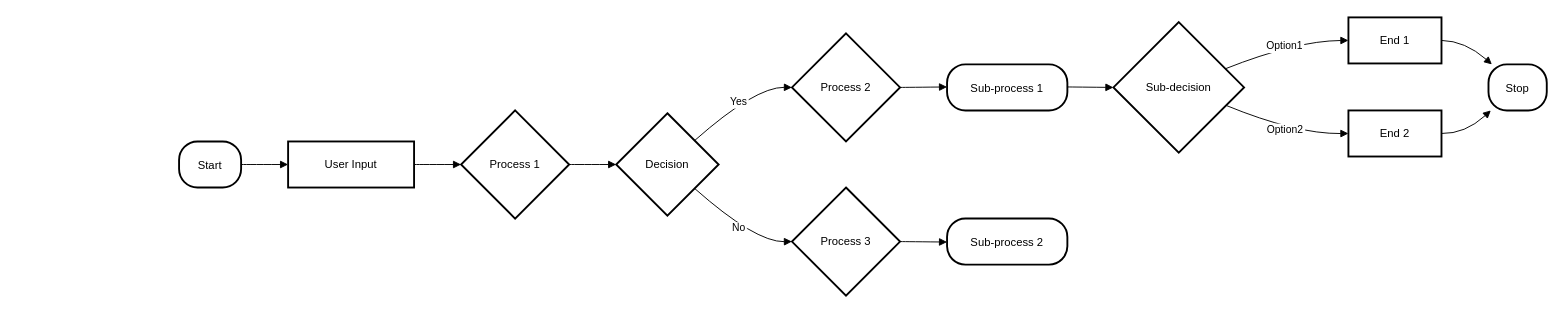
Cielako/django_social_app_diag_repo keeps this draw.io diagram as Diagram bez tytułu.drawio. Above is the earlier version. Source tidied: cells renumbered, new cells numbered last; positions are measured from the earlier drawing's top-left corner, leaving out a move shared by most shapes. Both pictures are drawn from the tidied source at 94%, with x=0, y=0 at pixel (179, 17).
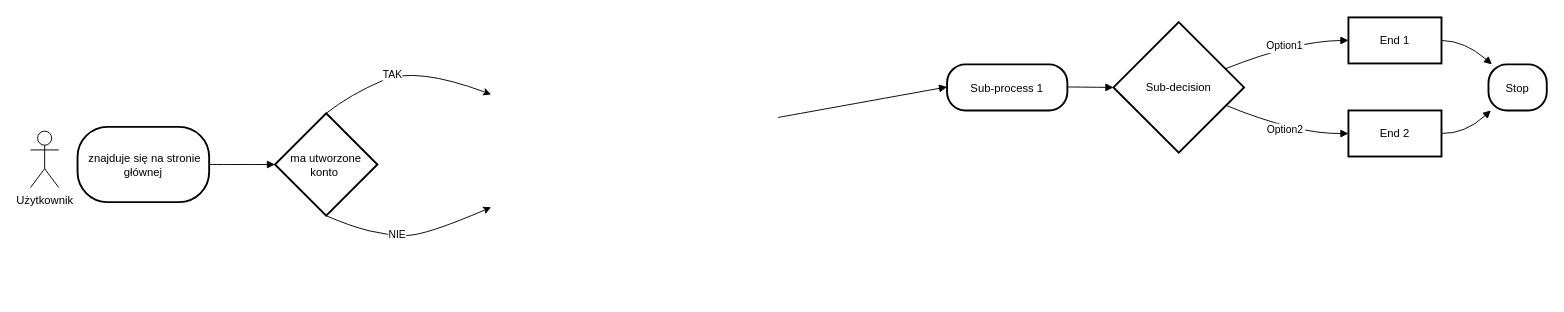
Above is the later version.

The change refers to these unchanged cells:
```xml
<mxCell id="8" value="Sub-process 1" style="rounded=1;arcSize=40;strokeWidth=2;" parent="1" vertex="1">
  <mxGeometry x="817" y="50" width="128" height="49" as="geometry" />
</mxCell>
```

The edit, as a diff of the source:
```diff
@@
-    <mxCell id="2" value="Start" style="rounded=1;arcSize=40;strokeWidth=2;" parent="1" vertex="1">
-      <mxGeometry y="132" width="66" height="49" as="geometry" />
+    <mxCell id="2" value=" znajduje się na stronie głównej" style="rounded=1;arcSize=40;strokeWidth=2;whiteSpace=wrap;" parent="1" vertex="1">
+      <mxGeometry x="-108" y="116.5" width="140" height="80" as="geometry" />
     </mxCell>
-    <mxCell id="3" value="User Input" style="whiteSpace=wrap;strokeWidth=2;" parent="1" vertex="1">
-      <mxGeometry x="116" y="132" width="134" height="49" as="geometry" />
-    </mxCell>
-    <mxCell id="4" value="Process 1" style="rhombus;strokeWidth=2;whiteSpace=wrap;" parent="1" vertex="1">
-      <mxGeometry x="300" y="99" width="115" height="115" as="geometry" />
-    </mxCell>
-    <mxCell id="5" value="Decision" style="rhombus;strokeWidth=2;whiteSpace=wrap;" parent="1" vertex="1">
-      <mxGeometry x="465" y="102" width="109" height="109" as="geometry" />
+    <mxCell id="5" value="ma utworzone konto " style="rhombus;strokeWidth=2;whiteSpace=wrap;" parent="1" vertex="1">
+      <mxGeometry x="102" y="102" width="109" height="109" as="geometry" />
     </mxCell>
-    <mxCell id="6" value="Process 2" style="rhombus;strokeWidth=2;whiteSpace=wrap;" parent="1" vertex="1">
-      <mxGeometry x="652" y="17" width="115" height="115" as="geometry" />
-    </mxCell>
-    <mxCell id="7" value="Process 3" style="rhombus;strokeWidth=2;whiteSpace=wrap;" parent="1" vertex="1">
-      <mxGeometry x="652" y="181" width="115" height="115" as="geometry" />
-    </mxCell>
@@
-    <mxCell id="9" value="Sub-process 2" style="rounded=1;arcSize=40;strokeWidth=2;" parent="1" vertex="1">
-      <mxGeometry x="817" y="214" width="128" height="49" as="geometry" />
-    </mxCell>
@@
-    <mxCell id="14" style="curved=1;startArrow=none;endArrow=block;exitX=0.99;exitY=0.5;entryX=0;entryY=0.5;" parent="1" edge="1" source="2" target="3">
+    <mxCell id="14" style="curved=1;startArrow=none;endArrow=block;exitX=0.99;exitY=0.5;entryX=0;entryY=0.5;entryDx=0;entryDy=0;" parent="1" edge="1" source="2" target="5">
       <mxGeometry relative="1" as="geometry" />
     </mxCell>
-    <mxCell id="15" style="curved=1;startArrow=none;endArrow=block;exitX=1;exitY=0.5;entryX=0;entryY=0.5;" parent="1" edge="1" source="3" target="4">
-      <mxGeometry relative="1" as="geometry" />
-    </mxCell>
-    <mxCell id="16" style="curved=1;startArrow=none;endArrow=block;exitX=1;exitY=0.5;entryX=0;entryY=0.5;" parent="1" edge="1" source="4" target="5">
-      <mxGeometry relative="1" as="geometry" />
-    </mxCell>
-    <mxCell id="17" value="Yes" style="curved=1;startArrow=none;endArrow=block;exitX=1;exitY=0.06;entryX=0;entryY=0.5;" parent="1" edge="1" source="5" target="6">
-      <mxGeometry relative="1" as="geometry">
-        <Array as="points">
-          <mxPoint x="613" y="74" />
-        </Array>
-      </mxGeometry>
-    </mxCell>
-    <mxCell id="18" value="No" style="curved=1;startArrow=none;endArrow=block;exitX=1;exitY=0.94;entryX=0;entryY=0.5;" parent="1" edge="1" source="5" target="7">
-      <mxGeometry relative="1" as="geometry">
-        <Array as="points">
-          <mxPoint x="613" y="239" />
-        </Array>
-      </mxGeometry>
-    </mxCell>
-    <mxCell id="19" style="curved=1;startArrow=none;endArrow=block;exitX=1;exitY=0.5;entryX=0;entryY=0.49;" parent="1" edge="1" source="6" target="8">
-      <mxGeometry relative="1" as="geometry" />
+    <mxCell id="19" style="curved=1;startArrow=none;endArrow=block;exitX=1;exitY=0.5;entryX=0;entryY=0.49;" parent="1" edge="1" target="8">
+      <mxGeometry relative="1" as="geometry">
+        <mxPoint x="637" y="106.5" as="sourcePoint" />
+      </mxGeometry>
     </mxCell>
-    <mxCell id="20" style="curved=1;startArrow=none;endArrow=block;exitX=1;exitY=0.5;entryX=0;entryY=0.51;" parent="1" edge="1" source="7" target="9">
-      <mxGeometry relative="1" as="geometry" />
-    </mxCell>
@@
+    <mxCell id="26" value="Użytkownik" style="shape=umlActor;verticalLabelPosition=bottom;verticalAlign=top;html=1;" parent="1" vertex="1">
+      <mxGeometry x="-158" y="121" width="30" height="60" as="geometry" />
+    </mxCell>
+    <mxCell id="27" style="curved=1;endArrow=classic;html=1;rounded=0;exitX=0.5;exitY=0;exitDx=0;exitDy=0;" parent="1" edge="1" source="5">
+      <mxGeometry relative="1" as="geometry">
+        <mxPoint x="332" y="82" as="targetPoint" />
+        <Array as="points">
+          <mxPoint x="182" y="82" />
+          <mxPoint x="252" y="52" />
+        </Array>
+      </mxGeometry>
+    </mxCell>
+    <mxCell id="28" value="TAK" style="edgeLabel;html=1;align=center;verticalAlign=middle;" parent="27" vertex="1">
+      <mxGeometry x="-0.15" y="2" relative="1" as="geometry" />
+    </mxCell>
+    <mxCell id="29" style="curved=1;endArrow=classic;html=1;rounded=0;exitX=0.5;exitY=1;exitDx=0;exitDy=0;" parent="1" edge="1" source="5">
+      <mxGeometry relative="1" as="geometry">
+        <mxPoint x="332" y="202" as="targetPoint" />
+        <Array as="points">
+          <mxPoint x="182" y="222" />
+          <mxPoint x="222" y="232" />
+          <mxPoint x="262" y="232" />
+        </Array>
+      </mxGeometry>
+    </mxCell>
+    <mxCell id="30" value="NIE" style="edgeLabel;html=1;align=center;verticalAlign=middle;" parent="29" vertex="1">
+      <mxGeometry x="-0.15" y="2" relative="1" as="geometry" />
+    </mxCell>
```
